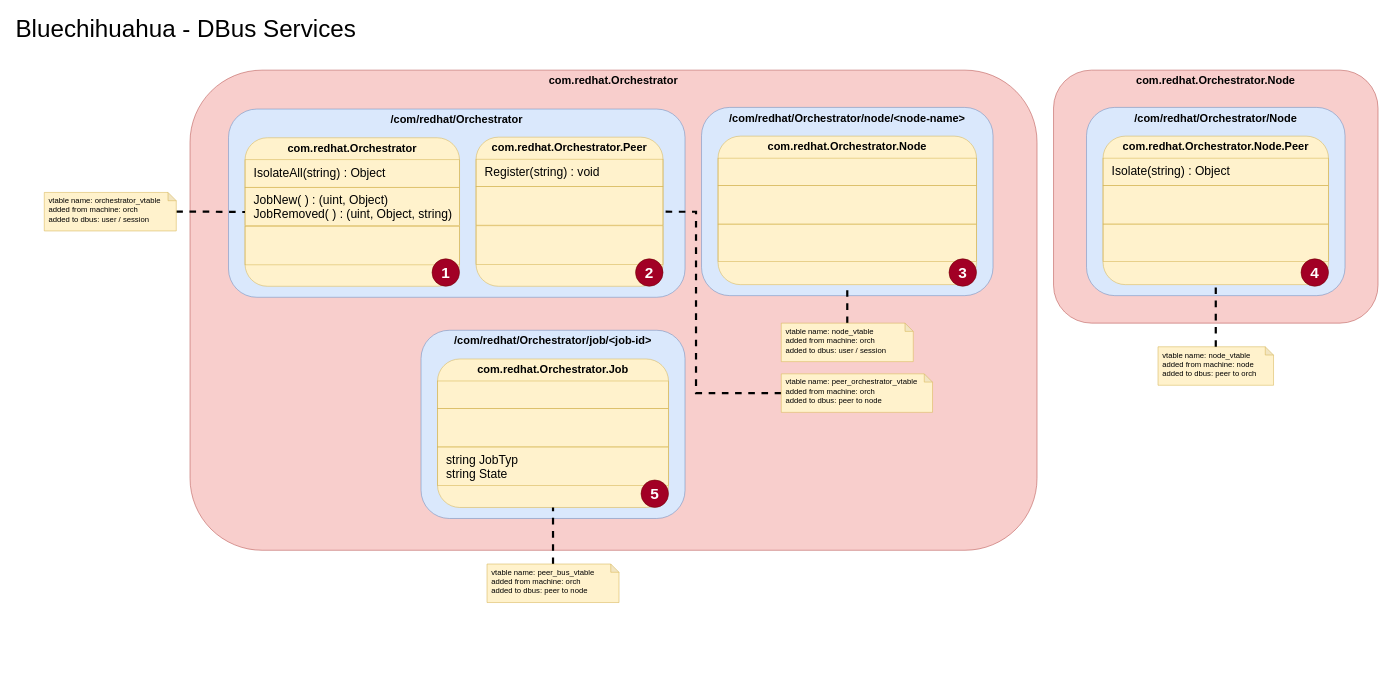
The draw.io diagram page "services" (2 of 5) of doc/arch/bluechihuahua.drawio.xml in eclipse-bluechi/bluechi, before the edit. Source tidied: cells renumbered, new cells numbered last; positions are measured from the earlier drawing's top-left corner, leaving out a move shared by most shapes. Both pictures are drawn from the tidied source at 55%, with x=0, y=0 at pixel (9, 9).
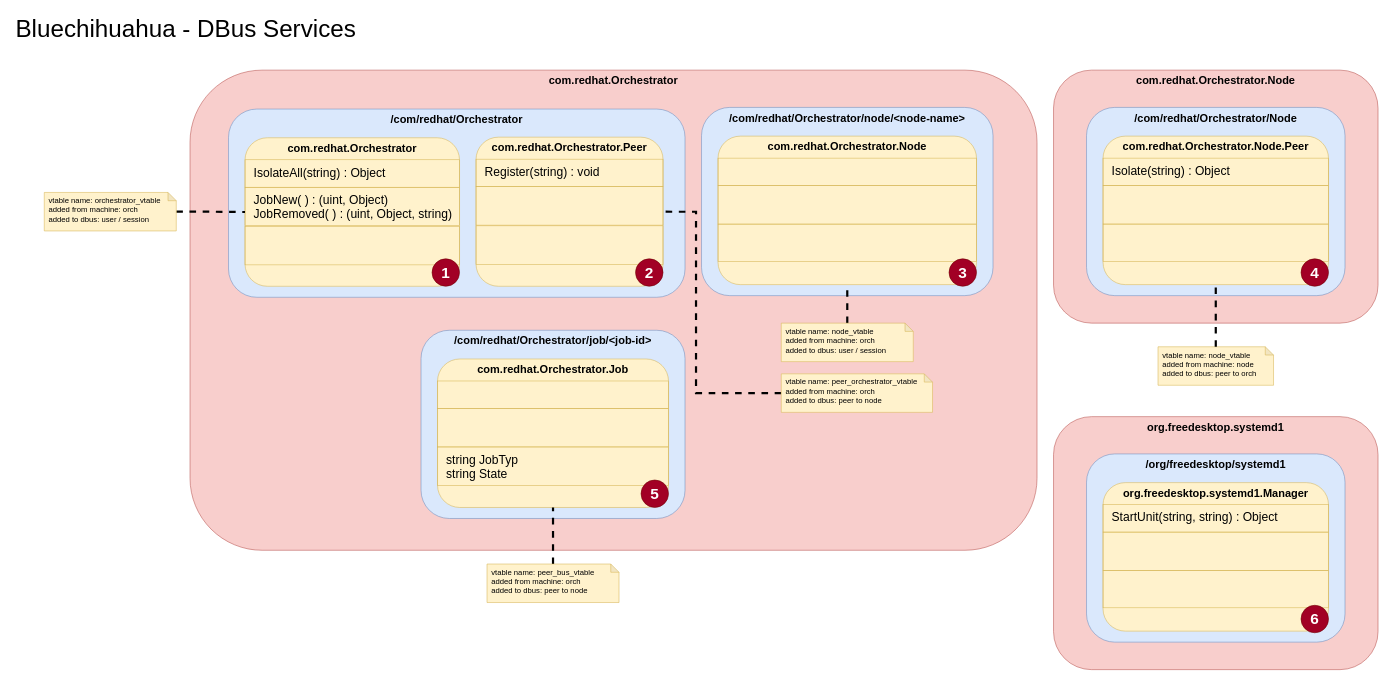
The same page after the edit.

What changed in the source:
```diff
@@
+    <mxCell id="44" value="org.freedesktop.systemd1" style="rounded=1;whiteSpace=wrap;html=1;fontSize=20;verticalAlign=top;fillColor=#f8cecc;strokeColor=#b85450;fontStyle=1;" parent="1" vertex="1">
+      <mxGeometry x="1898" y="740" width="590" height="460" as="geometry" />
+    </mxCell>
+    <mxCell id="45" value="/org/freedesktop/systemd1" style="rounded=1;whiteSpace=wrap;html=1;fontSize=20;verticalAlign=top;fillColor=#dae8fc;strokeColor=#6c8ebf;fontStyle=1;" parent="1" vertex="1">
+      <mxGeometry x="1958" y="807.8" width="470" height="342.2" as="geometry" />
+    </mxCell>
+    <mxCell id="46" value="org.freedesktop.systemd1.Manager" style="rounded=1;whiteSpace=wrap;html=1;fontSize=20;verticalAlign=top;fillColor=#fff2cc;strokeColor=#d6b656;fontStyle=1;" parent="1" vertex="1">
+      <mxGeometry x="1988" y="860" width="410" height="270" as="geometry" />
+    </mxCell>
+    <mxCell id="47" value="StartUnit(string, string) : Object" style="rounded=0;whiteSpace=wrap;html=1;strokeColor=#D6B656;strokeWidth=1;fontSize=22;fillColor=none;align=left;spacingLeft=14;verticalAlign=top;spacingTop=4;" parent="1" vertex="1">
+      <mxGeometry x="1988" y="900" width="410" height="50" as="geometry" />
+    </mxCell>
+    <mxCell id="48" style="rounded=0;whiteSpace=wrap;html=1;strokeColor=#D6B656;strokeWidth=1;fontSize=22;fillColor=none;align=left;spacingLeft=14;verticalAlign=top;spacingTop=4;" parent="1" vertex="1">
+      <mxGeometry x="1988" y="949.9" width="410" height="70" as="geometry" />
+    </mxCell>
+    <mxCell id="49" style="rounded=0;whiteSpace=wrap;html=1;strokeColor=#D6B656;strokeWidth=1;fontSize=22;fillColor=none;align=left;spacingLeft=14;verticalAlign=top;spacingTop=4;" parent="1" vertex="1">
+      <mxGeometry x="1988" y="1019.9" width="410" height="67.7" as="geometry" />
+    </mxCell>
+    <mxCell id="50" value="6" style="ellipse;whiteSpace=wrap;html=1;rounded=1;strokeColor=#6F0000;strokeWidth=1;fontSize=28;fillColor=#a20025;fontColor=#ffffff;fontStyle=1;" parent="1" vertex="1">
+      <mxGeometry x="2348" y="1083" width="50" height="50" as="geometry" />
+    </mxCell>
```
